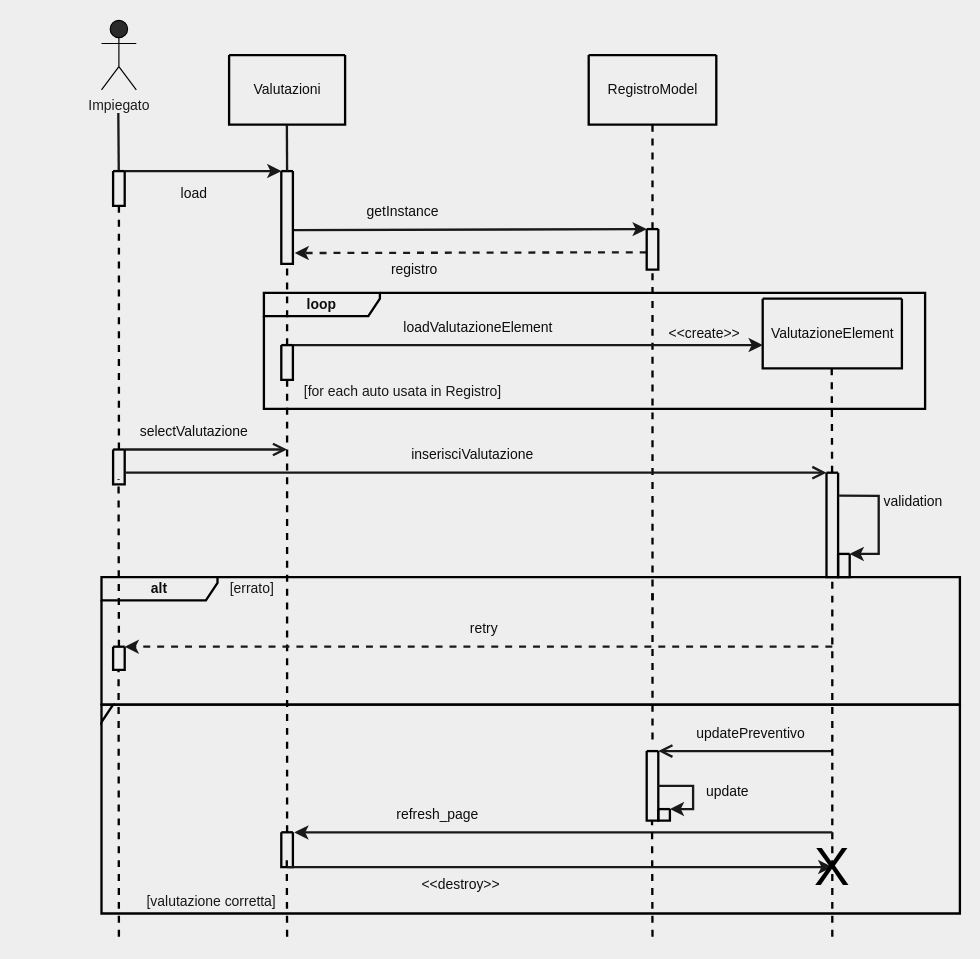
Above: doc/valutazioniSeq.drawio in 446f6e6e79/ConfiguratoreAuto (draw.io), before the change. Source tidied: cells renumbered, new cells numbered last; positions are measured from the earlier drawing's top-left corner, leaving out a move shared by most shapes. Both pictures are drawn from the tidied source at 116%, with x=0, y=0 at pixel (20, 20).
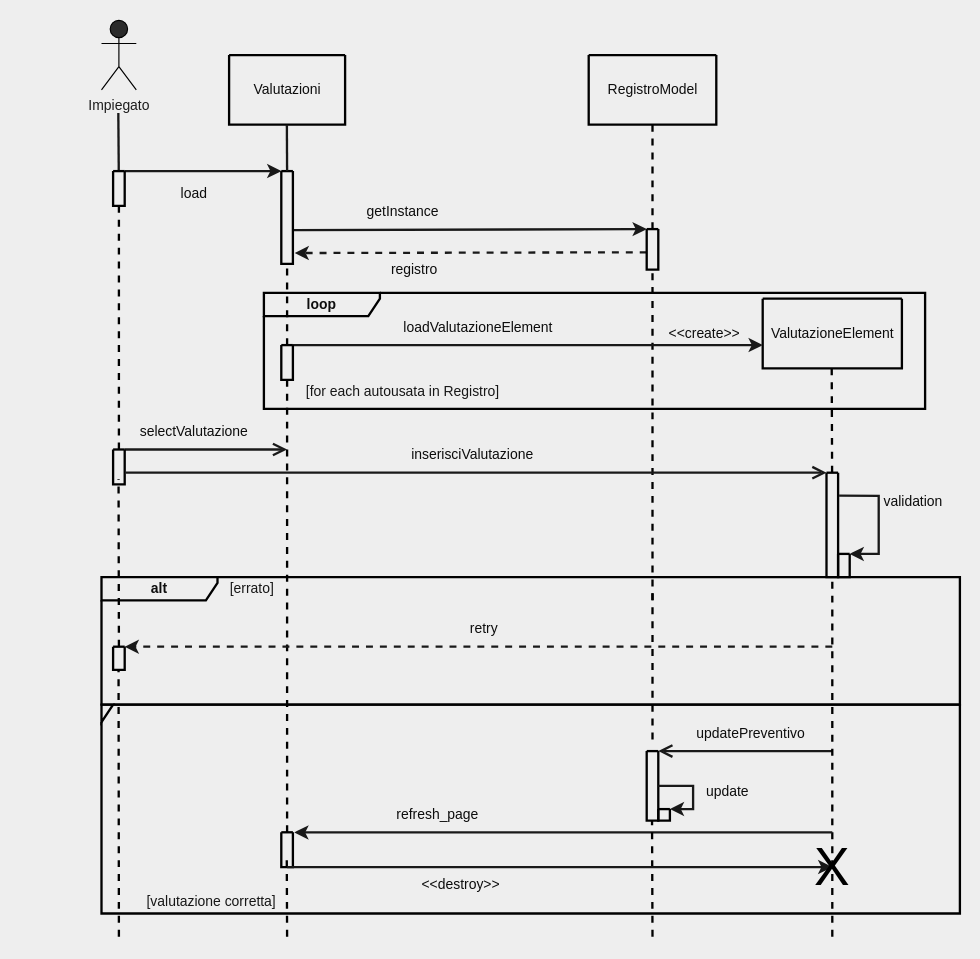
Above is the later version.

What changed in the source:
```diff
@@
-    <mxCell id="25" value="&lt;font color=&quot;#171717&quot;&gt;[for each auto usata in Registro]&lt;/font&gt;" style="text;html=1;strokeColor=none;fillColor=none;align=center;verticalAlign=middle;whiteSpace=wrap;rounded=0;" parent="1" vertex="1">
+    <mxCell id="25" value="&lt;font color=&quot;#171717&quot;&gt;[for each autousata in Registro]&lt;/font&gt;" style="text;html=1;strokeColor=none;fillColor=none;align=center;verticalAlign=middle;whiteSpace=wrap;rounded=0;" parent="1" vertex="1">
       <mxGeometry x="210" y="310" width="240" height="20" as="geometry" />
     </mxCell>
```
